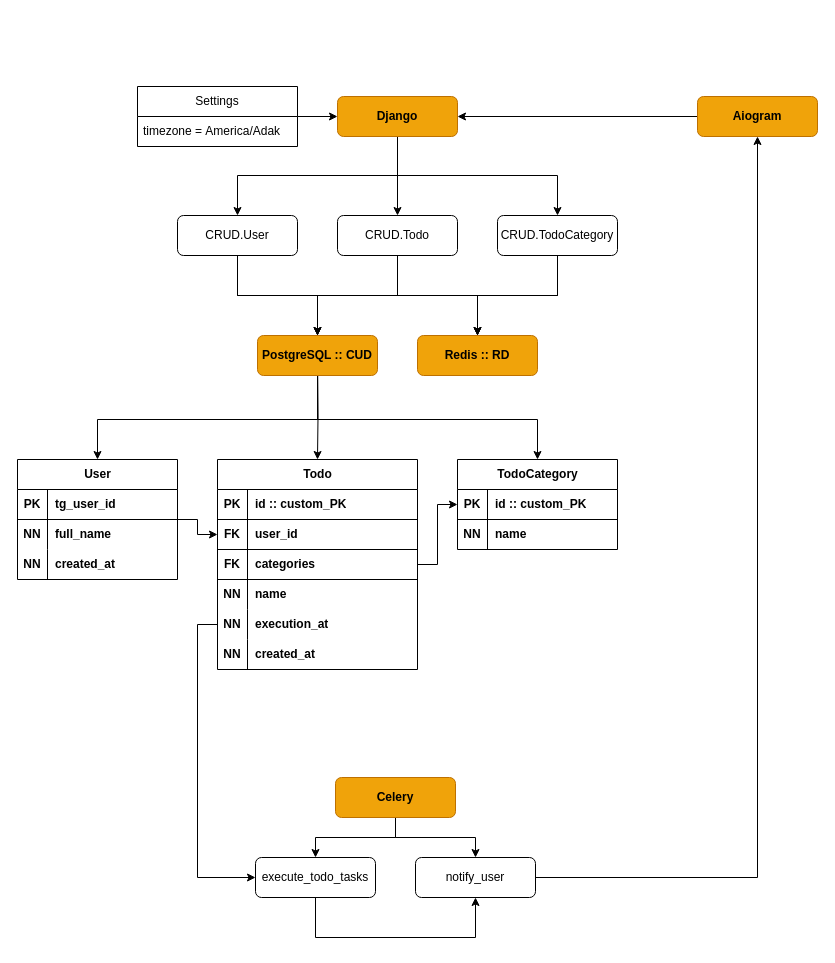
Before: _readme/Diagram.drawio in ames0k0/TT--Django-Aiogram--ToDo-List-Task-Management, a draw.io diagram. Source tidied: cells renumbered, new cells numbered last; positions are measured from the earlier drawing's top-left corner, leaving out a move shared by most shapes. Both pictures are drawn from the tidied source at 100%, with x=0, y=0 at pixel (17, 86).
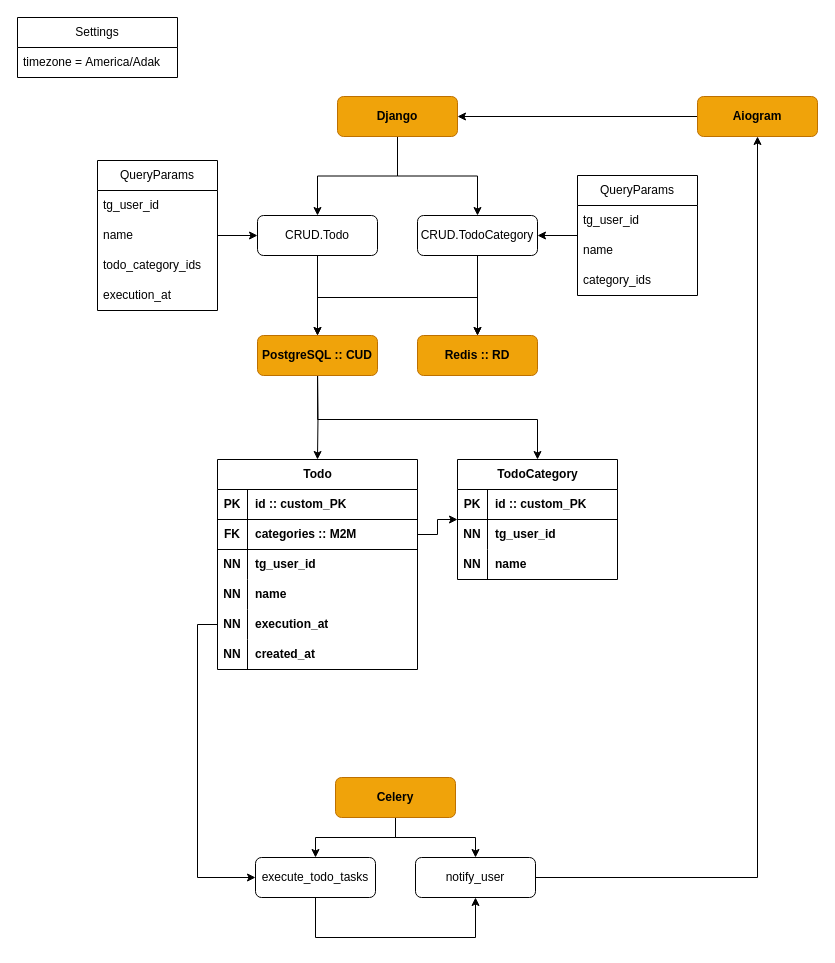
Above is the later version.

The change refers to these unchanged cells:
```xml
<mxCell id="5" value="Django" style="rounded=1;whiteSpace=wrap;html=1;fillColor=#f0a30a;fontColor=#000000;strokeColor=#BD7000;fontStyle=1;" parent="1" vertex="1">
  <mxGeometry x="320" y="10" width="120" height="40" as="geometry" />
</mxCell>
<mxCell id="8" value="Todo" style="shape=table;startSize=30;childLayout=tableLayout;rowLines=0;fontStyle=1;align=center;html=1;" parent="1" vertex="1">
  <mxGeometry x="200" y="373" width="200" height="210" as="geometry" />
</mxCell>
<mxCell id="58" value="PostgreSQL :: CUD" style="rounded=1;whiteSpace=wrap;html=1;fillColor=#f0a30a;fontColor=#000000;strokeColor=#BD7000;fontStyle=1;" parent="1" vertex="1">
  <mxGeometry x="240" y="249" width="120" height="40" as="geometry" />
</mxCell>
<mxCell id="59" value="Redis :: RD" style="rounded=1;whiteSpace=wrap;html=1;fillColor=#f0a30a;fontColor=#000000;strokeColor=#BD7000;fontStyle=1;" parent="1" vertex="1">
  <mxGeometry x="400" y="249" width="120" height="40" as="geometry" />
</mxCell>
```

Diff of the diagram source:
```diff
@@
-    <mxCell id="2" style="edgeStyle=orthogonalEdgeStyle;rounded=0;jettySize=auto;html=1;" parent="1" edge="1" source="5" target="65">
-      <mxGeometry relative="1" as="geometry">
-        <Array as="points">
-          <mxPoint x="380" y="89" />
-          <mxPoint x="220" y="89" />
-        </Array>
-      </mxGeometry>
-    </mxCell>
@@
     <mxCell id="4" style="edgeStyle=orthogonalEdgeStyle;rounded=0;jettySize=auto;html=1;" parent="1" edge="1" source="5" target="68">
-      <mxGeometry relative="1" as="geometry">
-        <Array as="points">
-          <mxPoint x="380" y="89" />
-          <mxPoint x="540" y="89" />
-        </Array>
-      </mxGeometry>
+      <mxGeometry relative="1" as="geometry" />
     </mxCell>
@@
-    <mxCell id="12" style="shape=tableRow;horizontal=0;startSize=0;swimlaneHead=0;swimlaneBody=0;fillColor=none;points=[[0,0.5],[1,0.5]];portConstraint=eastwest;top=0;left=0;right=0;bottom=1;" parent="8" vertex="1">
-      <mxGeometry y="60" width="200" height="30" as="geometry" />
-    </mxCell>
-    <mxCell id="13" value="FK" style="shape=partialRectangle;fillColor=none;top=0;left=0;bottom=0;right=0;fontStyle=1;overflow=hidden;whiteSpace=wrap;html=1;" parent="12" vertex="1">
-      <mxGeometry width="30" height="30" as="geometry" />
-    </mxCell>
-    <mxCell id="14" value="user_id" style="shape=partialRectangle;fillColor=none;top=0;left=0;bottom=0;right=0;align=left;spacingLeft=6;fontStyle=1;overflow=hidden;whiteSpace=wrap;html=1;" parent="12" vertex="1">
-      <mxGeometry x="30" width="170" height="30" as="geometry" />
-    </mxCell>
     <mxCell id="15" style="shape=tableRow;horizontal=0;startSize=0;swimlaneHead=0;swimlaneBody=0;fillColor=none;points=[[0,0.5],[1,0.5]];portConstraint=eastwest;top=0;left=0;right=0;bottom=1;" parent="8" vertex="1">
-      <mxGeometry y="90" width="200" height="30" as="geometry" />
+      <mxGeometry y="60" width="200" height="30" as="geometry" />
     </mxCell>
@@
-    <mxCell id="17" value="&lt;span style=&quot;&quot;&gt;categories&lt;/span&gt;" style="shape=partialRectangle;fillColor=none;top=0;left=0;bottom=0;right=0;align=left;spacingLeft=6;fontStyle=1;overflow=hidden;whiteSpace=wrap;html=1;" parent="15" vertex="1">
+    <mxCell id="17" value="&lt;span style=&quot;&quot;&gt;categories :: M2M&lt;/span&gt;" style="shape=partialRectangle;fillColor=none;top=0;left=0;bottom=0;right=0;align=left;spacingLeft=6;fontStyle=1;overflow=hidden;whiteSpace=wrap;html=1;" parent="15" vertex="1">
       <mxGeometry x="30" width="170" height="30" as="geometry" />
     </mxCell>
+    <mxCell id="71" style="shape=tableRow;horizontal=0;startSize=0;swimlaneHead=0;swimlaneBody=0;fillColor=none;top=0;left=0;right=0;bottom=0;" parent="8" vertex="1">
+      <mxGeometry y="90" width="200" height="30" as="geometry" />
+    </mxCell>
+    <mxCell id="72" value="NN" style="shape=partialRectangle;fillColor=none;top=0;left=0;bottom=0;right=0;overflow=hidden;whiteSpace=wrap;html=1;fontStyle=1;" parent="71" vertex="1">
+      <mxGeometry width="30" height="30" as="geometry" />
+    </mxCell>
+    <mxCell id="73" value="tg_user_id" style="shape=partialRectangle;fillColor=none;top=0;left=0;bottom=0;right=0;align=left;spacingLeft=6;overflow=hidden;whiteSpace=wrap;html=1;fontStyle=1;" parent="71" vertex="1">
+      <mxGeometry x="30" width="170" height="30" as="geometry" />
+    </mxCell>
@@
     <mxCell id="27" value="TodoCategory" style="shape=table;startSize=30;childLayout=tableLayout;rowLines=0;fontStyle=1;align=center;html=1;" parent="1" vertex="1">
-      <mxGeometry x="440" y="373" width="160" height="90" as="geometry" />
+      <mxGeometry x="440" y="373" width="160" height="120" as="geometry" />
     </mxCell>
@@
+    <mxCell id="74" style="shape=tableRow;horizontal=0;startSize=0;swimlaneHead=0;swimlaneBody=0;fillColor=none;top=0;left=0;right=0;bottom=0;" parent="27" vertex="1">
+      <mxGeometry y="60" width="160" height="30" as="geometry" />
+    </mxCell>
+    <mxCell id="75" value="NN" style="shape=partialRectangle;fillColor=none;top=0;left=0;bottom=0;right=0;overflow=hidden;whiteSpace=wrap;html=1;fontStyle=1;" parent="74" vertex="1">
+      <mxGeometry width="30" height="30" as="geometry" />
+    </mxCell>
+    <mxCell id="76" value="tg_user_id" style="shape=partialRectangle;fillColor=none;top=0;left=0;bottom=0;right=0;align=left;spacingLeft=6;overflow=hidden;whiteSpace=wrap;html=1;fontStyle=1;" parent="74" vertex="1">
+      <mxGeometry x="30" width="130" height="30" as="geometry" />
+    </mxCell>
     <mxCell id="31" style="shape=tableRow;horizontal=0;startSize=0;swimlaneHead=0;swimlaneBody=0;fillColor=none;top=0;left=0;right=0;bottom=0;" parent="27" vertex="1">
-      <mxGeometry y="60" width="160" height="30" as="geometry" />
+      <mxGeometry y="90" width="160" height="30" as="geometry" />
     </mxCell>
@@
-    <mxCell id="41" style="edgeStyle=orthogonalEdgeStyle;rounded=0;jettySize=auto;html=1;" parent="1" edge="1" source="42" target="5">
-      <mxGeometry relative="1" as="geometry" />
-    </mxCell>
     <mxCell id="42" value="Settings" style="swimlane;fontStyle=0;horizontal=1;startSize=30;whiteSpace=wrap;html=1;" parent="1" vertex="1">
-      <mxGeometry x="120" width="160" height="60" as="geometry" />
+      <mxGeometry y="-69" width="160" height="60" as="geometry" />
     </mxCell>
@@
-    <mxCell id="44" style="edgeStyle=orthogonalEdgeStyle;rounded=0;jettySize=auto;html=1;" parent="1" edge="1" source="45" target="12">
-      <mxGeometry relative="1" as="geometry" />
-    </mxCell>
-    <mxCell id="45" value="User" style="shape=table;startSize=30;childLayout=tableLayout;rowLines=0;fontStyle=1;align=center;html=1;" parent="1" vertex="1">
-      <mxGeometry y="373" width="160" height="120" as="geometry" />
-    </mxCell>
-    <mxCell id="46" style="shape=tableRow;horizontal=0;startSize=0;swimlaneHead=0;swimlaneBody=0;fillColor=none;top=0;left=0;right=0;bottom=1;" parent="45" vertex="1">
-      <mxGeometry y="30" width="160" height="30" as="geometry" />
-    </mxCell>
-    <mxCell id="47" value="PK" style="shape=partialRectangle;fillColor=none;top=0;left=0;bottom=0;right=0;fontStyle=1;overflow=hidden;whiteSpace=wrap;html=1;" parent="46" vertex="1">
-      <mxGeometry width="30" height="30" as="geometry" />
-    </mxCell>
-    <mxCell id="48" value="tg_user_id" style="shape=partialRectangle;fillColor=none;top=0;left=0;bottom=0;right=0;align=left;spacingLeft=6;fontStyle=1;overflow=hidden;whiteSpace=wrap;html=1;" parent="46" vertex="1">
-      <mxGeometry x="30" width="130" height="30" as="geometry" />
-    </mxCell>
-    <mxCell id="49" style="shape=tableRow;horizontal=0;startSize=0;swimlaneHead=0;swimlaneBody=0;fillColor=none;top=0;left=0;right=0;bottom=0;fontStyle=1;" parent="45" vertex="1">
-      <mxGeometry y="60" width="160" height="30" as="geometry" />
-    </mxCell>
-    <mxCell id="50" value="NN" style="shape=partialRectangle;fillColor=none;top=0;left=0;bottom=0;right=0;overflow=hidden;whiteSpace=wrap;html=1;fontStyle=1;" parent="49" vertex="1">
-      <mxGeometry width="30" height="30" as="geometry" />
-    </mxCell>
-    <mxCell id="51" value="full_name" style="shape=partialRectangle;fillColor=none;top=0;left=0;bottom=0;right=0;align=left;spacingLeft=6;overflow=hidden;whiteSpace=wrap;html=1;fontStyle=1;" parent="49" vertex="1">
-      <mxGeometry x="30" width="130" height="30" as="geometry" />
-    </mxCell>
-    <mxCell id="52" style="shape=tableRow;horizontal=0;startSize=0;swimlaneHead=0;swimlaneBody=0;fillColor=none;top=0;left=0;right=0;bottom=0;" parent="45" vertex="1">
-      <mxGeometry y="90" width="160" height="30" as="geometry" />
-    </mxCell>
-    <mxCell id="53" value="NN" style="shape=partialRectangle;fillColor=none;top=0;left=0;bottom=0;right=0;overflow=hidden;whiteSpace=wrap;html=1;fontStyle=1;" parent="52" vertex="1">
-      <mxGeometry width="30" height="30" as="geometry" />
-    </mxCell>
-    <mxCell id="54" value="created_at" style="shape=partialRectangle;fillColor=none;top=0;left=0;bottom=0;right=0;align=left;spacingLeft=6;overflow=hidden;whiteSpace=wrap;html=1;fontStyle=1;" parent="52" vertex="1">
-      <mxGeometry x="30" width="130" height="30" as="geometry" />
-    </mxCell>
@@
-    <mxCell id="57" style="edgeStyle=orthogonalEdgeStyle;rounded=0;jettySize=auto;html=1;" parent="1" edge="1" target="45">
-      <mxGeometry relative="1" as="geometry">
-        <mxPoint x="300.1" y="287" as="sourcePoint" />
-        <Array as="points">
-          <mxPoint x="300" y="333" />
-          <mxPoint x="80" y="333" />
-        </Array>
-      </mxGeometry>
-    </mxCell>
@@
+    <mxCell id="61" style="edgeStyle=orthogonalEdgeStyle;rounded=0;jettySize=auto;html=1;" parent="1" edge="1" source="68" target="59">
+      <mxGeometry relative="1" as="geometry" />
+    </mxCell>
@@
-    <mxCell id="61" style="edgeStyle=orthogonalEdgeStyle;rounded=0;jettySize=auto;html=1;" parent="1" edge="1" source="62" target="59">
-      <mxGeometry relative="1" as="geometry" />
-    </mxCell>
+    <mxCell id="77" style="edgeStyle=orthogonalEdgeStyle;rounded=0;jettySize=auto;html=1;" parent="1" edge="1" source="62" target="59">
+      <mxGeometry relative="1" as="geometry">
+        <Array as="points">
+          <mxPoint x="300" y="211" />
+          <mxPoint x="460" y="211" />
+        </Array>
+      </mxGeometry>
+    </mxCell>
     <mxCell id="62" value="CRUD.Todo" style="rounded=1;whiteSpace=wrap;html=1;" parent="1" vertex="1">
-      <mxGeometry x="320" y="129" width="120" height="40" as="geometry" />
+      <mxGeometry x="240" y="129" width="120" height="40" as="geometry" />
     </mxCell>
-    <mxCell id="63" style="edgeStyle=orthogonalEdgeStyle;rounded=0;jettySize=auto;html=1;" parent="1" edge="1" source="65" target="59">
-      <mxGeometry relative="1" as="geometry">
-        <Array as="points">
-          <mxPoint x="220" y="209" />
-          <mxPoint x="460" y="209" />
-        </Array>
-      </mxGeometry>
-    </mxCell>
-    <mxCell id="64" style="edgeStyle=orthogonalEdgeStyle;rounded=0;jettySize=auto;html=1;" parent="1" edge="1" source="65" target="58">
-      <mxGeometry relative="1" as="geometry" />
-    </mxCell>
-    <mxCell id="65" value="CRUD.User" style="rounded=1;whiteSpace=wrap;html=1;" parent="1" vertex="1">
-      <mxGeometry x="160" y="129" width="120" height="40" as="geometry" />
-    </mxCell>
-    <mxCell id="66" style="edgeStyle=orthogonalEdgeStyle;rounded=0;jettySize=auto;html=1;" parent="1" edge="1" source="68" target="58">
-      <mxGeometry relative="1" as="geometry">
-        <Array as="points">
-          <mxPoint x="540" y="209" />
-          <mxPoint x="300" y="209" />
-        </Array>
-      </mxGeometry>
-    </mxCell>
-    <mxCell id="67" style="edgeStyle=orthogonalEdgeStyle;rounded=0;jettySize=auto;html=1;" parent="1" edge="1" source="68" target="59">
-      <mxGeometry relative="1" as="geometry" />
-    </mxCell>
-    <mxCell id="68" value="CRUD.TodoCategory" style="rounded=1;whiteSpace=wrap;html=1;" parent="1" vertex="1">
-      <mxGeometry x="480" y="129" width="120" height="40" as="geometry" />
-    </mxCell>
@@
+    <mxCell id="66" style="edgeStyle=orthogonalEdgeStyle;rounded=0;jettySize=auto;html=1;" parent="1" edge="1" source="68" target="58">
+      <mxGeometry relative="1" as="geometry">
+        <Array as="points">
+          <mxPoint x="460" y="211" />
+          <mxPoint x="300" y="211" />
+        </Array>
+      </mxGeometry>
+    </mxCell>
+    <mxCell id="68" value="CRUD.TodoCategory" style="rounded=1;whiteSpace=wrap;html=1;" parent="1" vertex="1">
+      <mxGeometry x="400" y="129" width="120" height="40" as="geometry" />
+    </mxCell>
+    <mxCell id="78" style="edgeStyle=orthogonalEdgeStyle;rounded=0;jettySize=auto;html=1;" parent="1" edge="1" source="79" target="62">
+      <mxGeometry relative="1" as="geometry" />
+    </mxCell>
+    <mxCell id="79" value="QueryParams" style="swimlane;fontStyle=0;horizontal=1;startSize=30;whiteSpace=wrap;html=1;" parent="1" vertex="1">
+      <mxGeometry x="80" y="74" width="120" height="150" as="geometry" />
+    </mxCell>
+    <mxCell id="80" value="tg_user_id" style="text;strokeColor=none;fillColor=none;align=left;verticalAlign=middle;spacingLeft=4;spacingRight=4;overflow=hidden;whiteSpace=wrap;html=1;" parent="79" vertex="1">
+      <mxGeometry y="30" width="120" height="30" as="geometry" />
+    </mxCell>
+    <mxCell id="81" value="name" style="text;strokeColor=none;fillColor=none;align=left;verticalAlign=middle;spacingLeft=4;spacingRight=4;overflow=hidden;whiteSpace=wrap;html=1;" parent="79" vertex="1">
+      <mxGeometry y="60" width="120" height="30" as="geometry" />
+    </mxCell>
+    <mxCell id="82" value="todo_category_ids" style="text;strokeColor=none;fillColor=none;align=left;verticalAlign=middle;spacingLeft=4;spacingRight=4;overflow=hidden;whiteSpace=wrap;html=1;" parent="79" vertex="1">
+      <mxGeometry y="90" width="120" height="30" as="geometry" />
+    </mxCell>
+    <mxCell id="83" value="execution_at" style="text;strokeColor=none;fillColor=none;align=left;verticalAlign=middle;spacingLeft=4;spacingRight=4;overflow=hidden;whiteSpace=wrap;html=1;" parent="79" vertex="1">
+      <mxGeometry y="120" width="120" height="30" as="geometry" />
+    </mxCell>
+    <mxCell id="84" style="edgeStyle=orthogonalEdgeStyle;rounded=0;jettySize=auto;html=1;" parent="1" edge="1" source="85" target="68">
+      <mxGeometry relative="1" as="geometry" />
+    </mxCell>
+    <mxCell id="85" value="QueryParams" style="swimlane;fontStyle=0;horizontal=1;startSize=30;whiteSpace=wrap;html=1;" parent="1" vertex="1">
+      <mxGeometry x="560" y="89" width="120" height="120" as="geometry" />
+    </mxCell>
+    <mxCell id="86" value="tg_user_id" style="text;strokeColor=none;fillColor=none;align=left;verticalAlign=middle;spacingLeft=4;spacingRight=4;overflow=hidden;whiteSpace=wrap;html=1;" parent="85" vertex="1">
+      <mxGeometry y="30" width="120" height="30" as="geometry" />
+    </mxCell>
+    <mxCell id="87" value="name" style="text;strokeColor=none;fillColor=none;align=left;verticalAlign=middle;spacingLeft=4;spacingRight=4;overflow=hidden;whiteSpace=wrap;html=1;" parent="85" vertex="1">
+      <mxGeometry y="60" width="120" height="30" as="geometry" />
+    </mxCell>
+    <mxCell id="88" value="category_ids" style="text;strokeColor=none;fillColor=none;align=left;verticalAlign=middle;spacingLeft=4;spacingRight=4;overflow=hidden;whiteSpace=wrap;html=1;" parent="85" vertex="1">
+      <mxGeometry y="90" width="120" height="30" as="geometry" />
+    </mxCell>
```
